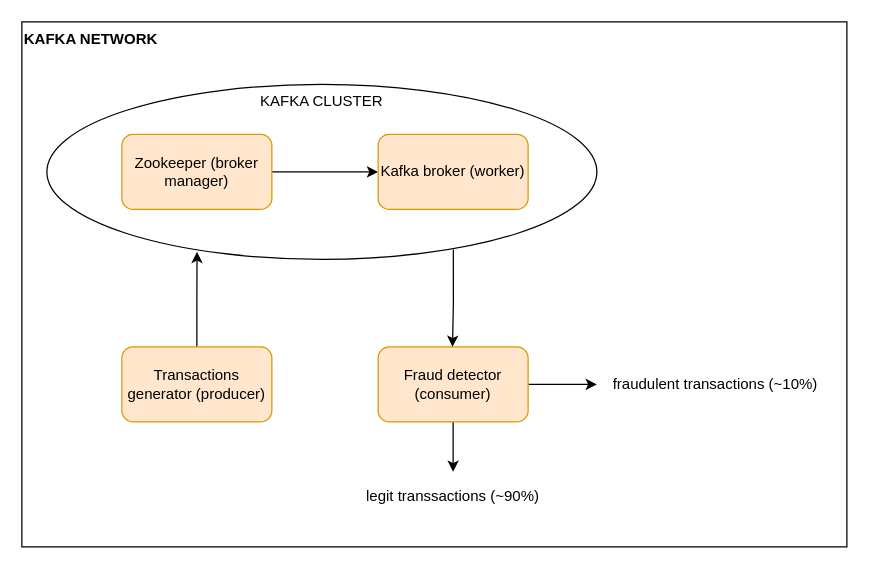
The draw.io diagram kafka-mini-project/images/architecture-diagram.drawio in Derek-Funk/springboard-derek-funk, before the edit. Source tidied: cells renumbered, new cells numbered last; positions are measured from the earlier drawing's top-left corner, leaving out a move shared by most shapes. Both pictures are drawn from the tidied source at 125%, with x=0, y=0 at pixel (21, 21).
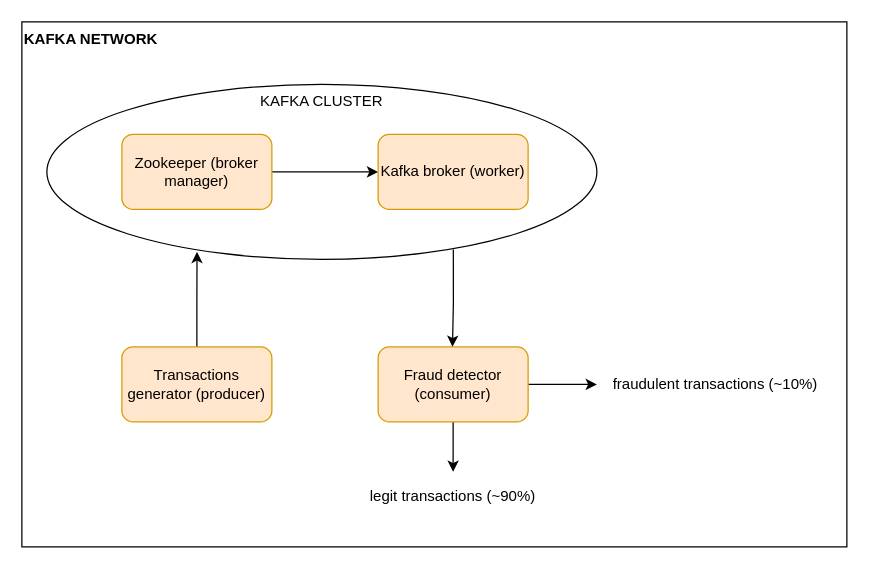
Above is the later version.

Commit message (it also covers changes not shown here):
corrected misspelling

What changed in the source:
```diff
@@
 <mxGraphModel>
   <root>
     <mxCell id="0" />
     <mxCell id="1" parent="0" />
     <mxCell id="2" value="KAFKA NETWORK" style="rounded=0;whiteSpace=wrap;html=1;align=left;verticalAlign=top;fontStyle=1;" parent="1" vertex="1">
       <mxGeometry width="660" height="420" as="geometry" />
     </mxCell>
     <mxCell id="3" value="KAFKA CLUSTER" style="ellipse;whiteSpace=wrap;html=1;align=center;verticalAlign=top;" parent="1" vertex="1">
       <mxGeometry x="20" y="50" width="440" height="140" as="geometry" />
     </mxCell>
     <mxCell id="4" style="edgeStyle=orthogonalEdgeStyle;rounded=0;jettySize=auto;html=1;exitX=1;exitY=0.5;exitDx=0;exitDy=0;entryX=0;entryY=0.5;entryDx=0;entryDy=0;" parent="1" edge="1" source="5" target="6">
       <mxGeometry relative="1" as="geometry" />
     </mxCell>
     <mxCell id="5" value="Zookeeper (broker manager)" style="rounded=1;whiteSpace=wrap;html=1;fillColor=#ffe6cc;strokeColor=#d79b00;" parent="1" vertex="1">
       <mxGeometry x="80" y="90" width="120" height="60" as="geometry" />
     </mxCell>
     <mxCell id="6" value="Kafka broker (worker)" style="rounded=1;whiteSpace=wrap;html=1;fillColor=#ffe6cc;strokeColor=#d79b00;" parent="1" vertex="1">
       <mxGeometry x="285" y="90" width="120" height="60" as="geometry" />
     </mxCell>
     <mxCell id="7" style="edgeStyle=orthogonalEdgeStyle;rounded=0;jettySize=auto;html=1;exitX=0.5;exitY=0;exitDx=0;exitDy=0;entryX=0.273;entryY=0.957;entryDx=0;entryDy=0;entryPerimeter=0;" parent="1" edge="1" source="8" target="3">
       <mxGeometry relative="1" as="geometry" />
     </mxCell>
     <mxCell id="8" value="Transactions generator (producer)" style="rounded=1;whiteSpace=wrap;html=1;fillColor=#ffe6cc;strokeColor=#d79b00;" parent="1" vertex="1">
       <mxGeometry x="80" y="260" width="120" height="60" as="geometry" />
     </mxCell>
     <mxCell id="9" style="edgeStyle=orthogonalEdgeStyle;rounded=0;jettySize=auto;html=1;exitX=1;exitY=0.5;exitDx=0;exitDy=0;" parent="1" edge="1" source="11">
       <mxGeometry relative="1" as="geometry">
         <mxPoint x="460" y="290" as="targetPoint" />
       </mxGeometry>
     </mxCell>
     <mxCell id="10" style="edgeStyle=orthogonalEdgeStyle;rounded=0;jettySize=auto;html=1;exitX=0.5;exitY=1;exitDx=0;exitDy=0;" parent="1" edge="1" source="11">
       <mxGeometry relative="1" as="geometry">
         <mxPoint x="345" y="360" as="targetPoint" />
       </mxGeometry>
     </mxCell>
     <mxCell id="11" value="Fraud detector (consumer)" style="rounded=1;whiteSpace=wrap;html=1;fillColor=#ffe6cc;strokeColor=#d79b00;" parent="1" vertex="1">
       <mxGeometry x="285" y="260" width="120" height="60" as="geometry" />
     </mxCell>
     <mxCell id="12" style="edgeStyle=orthogonalEdgeStyle;rounded=0;jettySize=auto;html=1;exitX=0.739;exitY=0.943;exitDx=0;exitDy=0;exitPerimeter=0;" parent="1" edge="1" source="3">
       <mxGeometry relative="1" as="geometry">
         <mxPoint x="344.5" y="260" as="targetPoint" />
       </mxGeometry>
     </mxCell>
-    <mxCell id="13" value="legit transsactions (~90%)" style="text;html=1;strokeColor=none;fillColor=none;align=center;verticalAlign=middle;whiteSpace=wrap;rounded=0;" parent="1" vertex="1">
+    <mxCell id="13" value="legit transactions (~90%)" style="text;html=1;strokeColor=none;fillColor=none;align=center;verticalAlign=middle;whiteSpace=wrap;rounded=0;" parent="1" vertex="1">
       <mxGeometry x="265" y="370" width="160" height="20" as="geometry" />
     </mxCell>
     <mxCell id="14" value="fraudulent transactions (~10%)" style="text;html=1;strokeColor=none;fillColor=none;align=center;verticalAlign=middle;whiteSpace=wrap;rounded=0;" parent="1" vertex="1">
       <mxGeometry x="460" y="280" width="190" height="20" as="geometry" />
     </mxCell>
   </root>
 </mxGraphModel>
```
